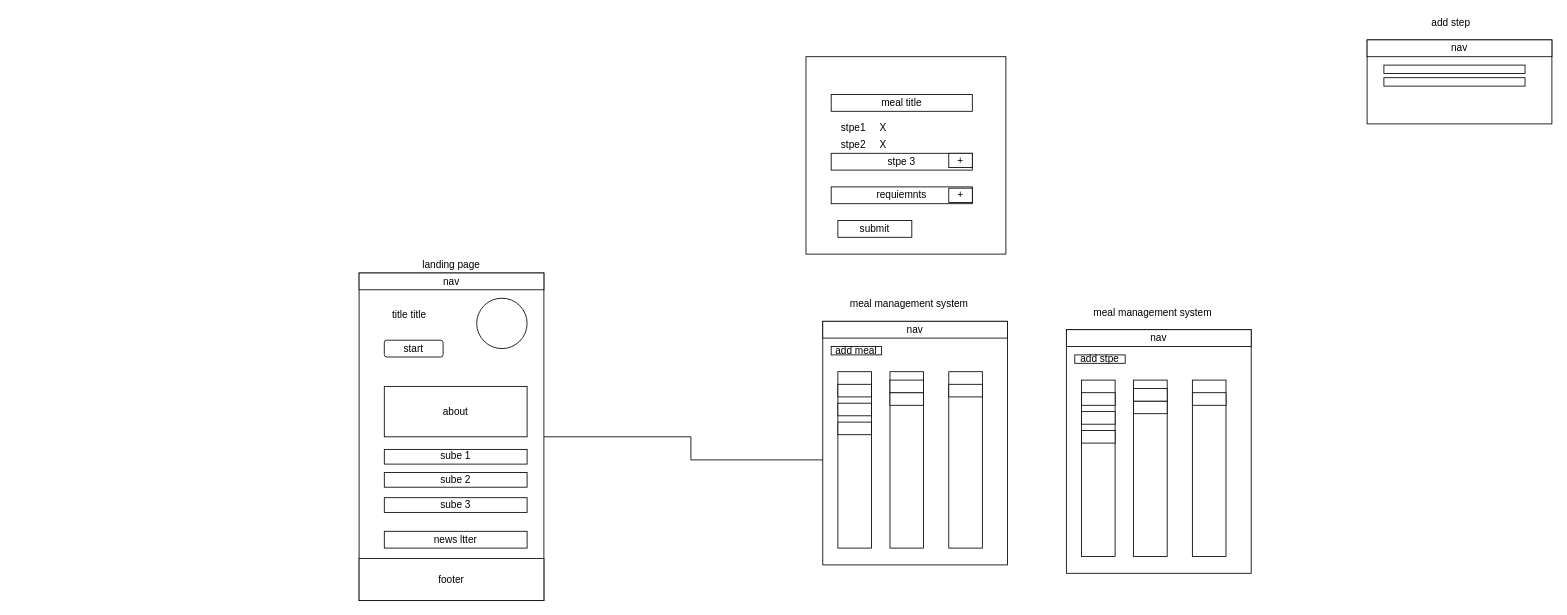
Before: src/assets/design/steps.drawio in ARS-coding/mms, a draw.io diagram. Source tidied: cells renumbered, new cells numbered last; positions are measured from the earlier drawing's top-left corner, leaving out a move shared by most shapes. Both pictures are drawn from the tidied source at 84%, with x=0, y=0 at pixel (359, 14).
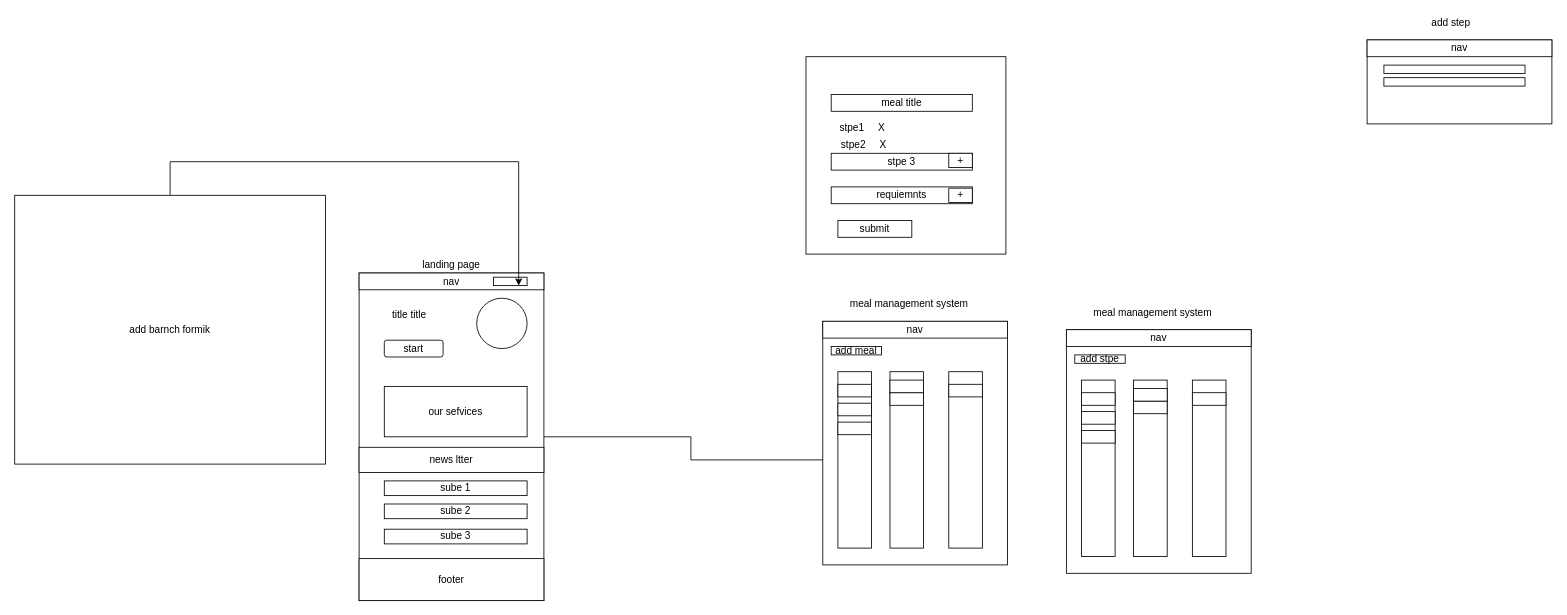
The same diagram, later.

Diff of the diagram source:
```diff
@@
-    <mxCell id="8" value="about" style="rounded=0;whiteSpace=wrap;html=1;" parent="1" vertex="1">
+    <mxCell id="8" value="our sefvices" style="rounded=0;whiteSpace=wrap;html=1;" parent="1" vertex="1">
       <mxGeometry x="30" y="442.5" width="170" height="60" as="geometry" />
     </mxCell>
     <mxCell id="9" value="sube 1" style="rounded=0;whiteSpace=wrap;html=1;" parent="1" vertex="1">
-      <mxGeometry x="30" y="517.5" width="170" height="17.5" as="geometry" />
+      <mxGeometry x="30" y="555" width="170" height="17.5" as="geometry" />
     </mxCell>
     <mxCell id="10" value="news ltter" style="rounded=0;whiteSpace=wrap;html=1;" parent="1" vertex="1">
-      <mxGeometry x="30" y="615" width="170" height="20" as="geometry" />
+      <mxGeometry y="515" width="220" height="30" as="geometry" />
     </mxCell>
@@
     <mxCell id="45" value="sube 2" style="rounded=0;whiteSpace=wrap;html=1;" parent="1" vertex="1">
-      <mxGeometry x="30" y="545" width="170" height="17.5" as="geometry" />
+      <mxGeometry x="30" y="582.5" width="170" height="17.5" as="geometry" />
     </mxCell>
     <mxCell id="46" value="sube 3" style="rounded=0;whiteSpace=wrap;html=1;" parent="1" vertex="1">
-      <mxGeometry x="30" y="575" width="170" height="17.5" as="geometry" />
+      <mxGeometry x="30" y="612.5" width="170" height="17.5" as="geometry" />
     </mxCell>
@@
-    <mxCell id="53" value="stpe1&amp;nbsp; &amp;nbsp; &amp;nbsp;X" style="text;html=1;strokeColor=none;fillColor=none;align=center;verticalAlign=middle;whiteSpace=wrap;rounded=0;" parent="1" vertex="1">
+    <mxCell id="53" value="stpe1&amp;nbsp; &amp;nbsp; &amp;nbsp;X&amp;nbsp;" style="text;html=1;strokeColor=none;fillColor=none;align=center;verticalAlign=middle;whiteSpace=wrap;rounded=0;" parent="1" vertex="1">
       <mxGeometry x="562" y="125" width="78" height="20" as="geometry" />
     </mxCell>
@@
+    <mxCell id="55" style="rounded=0;whiteSpace=wrap;html=1;" parent="1" vertex="1">
+      <mxGeometry x="160" y="312.5" width="40" height="10" as="geometry" />
+    </mxCell>
+    <mxCell id="56" style="edgeStyle=orthogonalEdgeStyle;rounded=0;jettySize=auto;html=1;entryX=0.75;entryY=1;entryDx=0;entryDy=0;" parent="1" edge="1" source="57" target="55">
+      <mxGeometry relative="1" as="geometry">
+        <Array as="points">
+          <mxPoint x="-225" y="175" />
+          <mxPoint x="190" y="175" />
+        </Array>
+      </mxGeometry>
+    </mxCell>
+    <mxCell id="57" value="add barnch formik" style="rounded=0;whiteSpace=wrap;html=1;" parent="1" vertex="1">
+      <mxGeometry x="-410" y="215" width="370" height="320" as="geometry" />
+    </mxCell>
```
